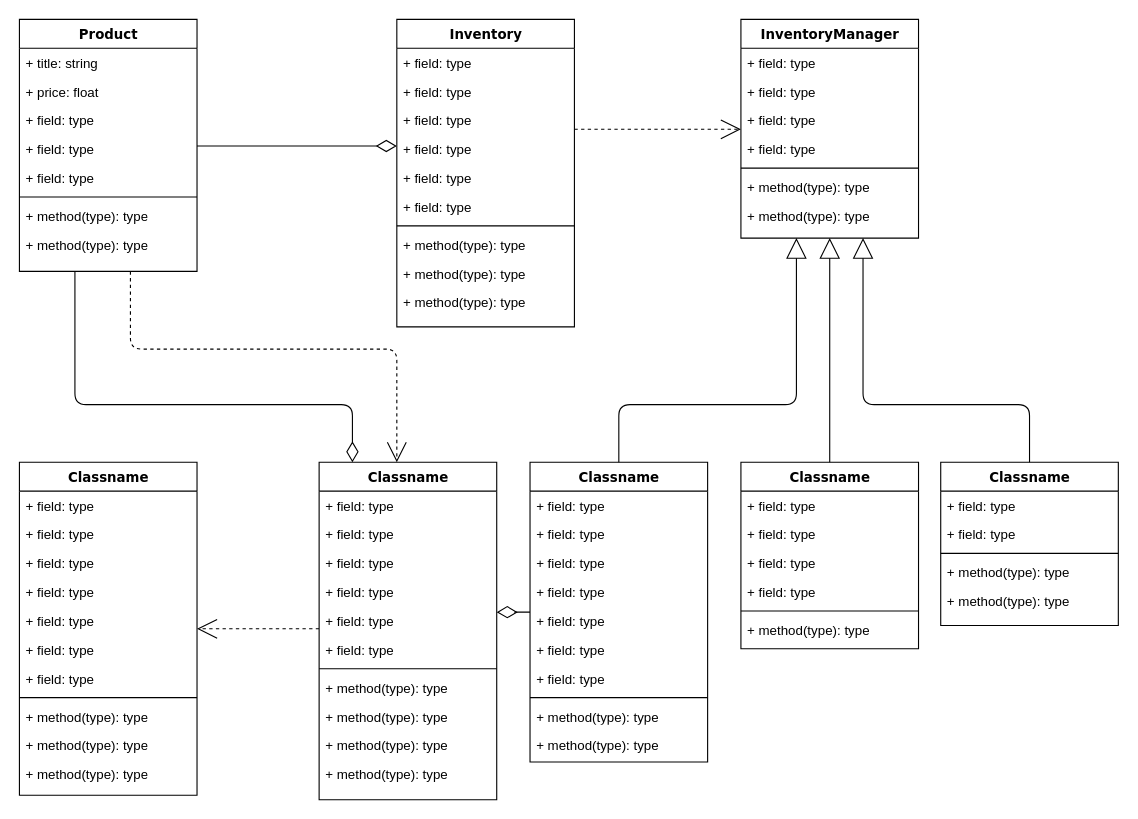
Earlier version of the draw.io diagram Task2-2.drawio (19172801/Data-assignment2). Source tidied: cells renumbered, new cells numbered last; positions are measured from the earlier drawing's top-left corner, leaving out a move shared by most shapes. Both pictures are drawn from the tidied source at 111%, with x=0, y=0 at pixel (19, 19).
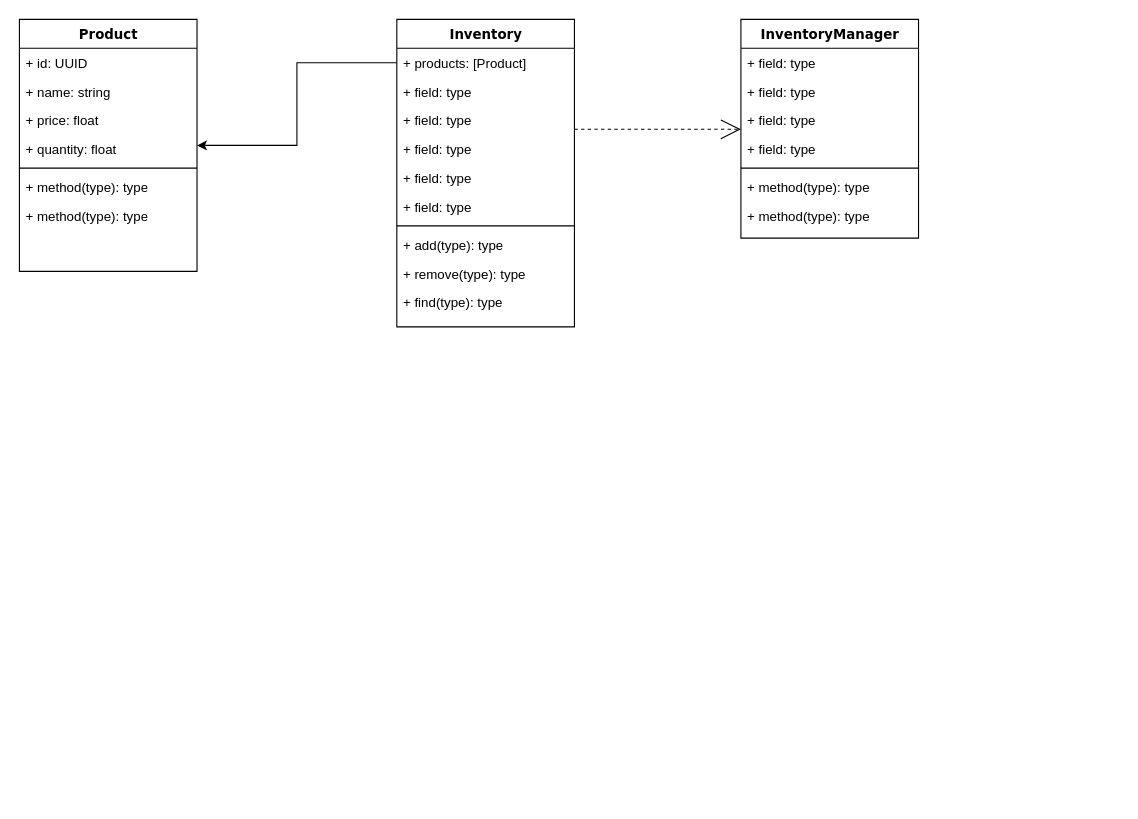
After the change.

Unchanged cells that the change refers to:
```xml
<mxCell id="4" value="Product" style="swimlane;html=1;fontStyle=1;align=center;verticalAlign=top;horizontal=1;startSize=26;swimlaneFillColor=#ffffff;rounded=0;shadow=0;comic=0;labelBackgroundColor=none;strokeWidth=1;fillColor=none;fontFamily=Verdana;fontSize=12;" parent="1" vertex="1">
  <mxGeometry width="160" height="227" as="geometry" />
</mxCell>
<mxCell id="14" value="Inventory" style="swimlane;html=1;fontStyle=1;align=center;verticalAlign=top;horizontal=1;startSize=26;swimlaneFillColor=#ffffff;rounded=0;shadow=0;comic=0;labelBackgroundColor=none;strokeWidth=1;fillColor=none;fontFamily=Verdana;fontSize=12;" parent="1" vertex="1">
  <mxGeometry x="340" width="160" height="277" as="geometry" />
</mxCell>
<mxCell id="25" value="InventoryManager" style="swimlane;html=1;fontStyle=1;align=center;verticalAlign=top;horizontal=1;startSize=26;swimlaneFillColor=#ffffff;rounded=0;shadow=0;comic=0;labelBackgroundColor=none;strokeWidth=1;fillColor=none;fontFamily=Verdana;fontSize=12;" parent="1" vertex="1">
  <mxGeometry x="650" width="160" height="197" as="geometry" />
</mxCell>
```

Diff of the diagram source:
```diff
@@
-    <mxCell id="2" style="edgeStyle=orthogonalEdgeStyle;html=1;labelBackgroundColor=none;startFill=0;startSize=8;endArrow=open;endFill=0;endSize=16;fontFamily=Verdana;fontSize=12;dashed=1;" parent="1" edge="1" source="4" target="47">
-      <mxGeometry relative="1" as="geometry">
-        <Array as="points">
-          <mxPoint x="100" y="297" />
-          <mxPoint x="340" y="297" />
-        </Array>
-      </mxGeometry>
-    </mxCell>
-    <mxCell id="3" style="edgeStyle=orthogonalEdgeStyle;html=1;labelBackgroundColor=none;startFill=0;startSize=8;endArrow=diamondThin;endFill=0;endSize=16;fontFamily=Verdana;fontSize=12;" parent="1" edge="1" source="4" target="47">
-      <mxGeometry relative="1" as="geometry">
-        <Array as="points">
-          <mxPoint x="50" y="347" />
-          <mxPoint x="300" y="347" />
-        </Array>
-      </mxGeometry>
-    </mxCell>
@@
-    <mxCell id="5" value="+ title: string" style="text;html=1;strokeColor=none;fillColor=none;align=left;verticalAlign=top;spacingLeft=4;spacingRight=4;whiteSpace=wrap;overflow=hidden;" parent="4" vertex="1">
+    <mxCell id="5" value="+ id: UUID" style="text;html=1;strokeColor=none;fillColor=none;align=left;verticalAlign=top;spacingLeft=4;spacingRight=4;whiteSpace=wrap;overflow=hidden;" parent="4" vertex="1">
       <mxGeometry y="26" width="160" height="26" as="geometry" />
     </mxCell>
-    <mxCell id="6" value="+ price: float" style="text;html=1;strokeColor=none;fillColor=none;align=left;verticalAlign=top;spacingLeft=4;spacingRight=4;whiteSpace=wrap;overflow=hidden;" parent="4" vertex="1">
+    <mxCell id="6" value="+ name: string" style="text;html=1;strokeColor=none;fillColor=none;align=left;verticalAlign=top;spacingLeft=4;spacingRight=4;whiteSpace=wrap;overflow=hidden;" parent="4" vertex="1">
       <mxGeometry y="52" width="160" height="26" as="geometry" />
     </mxCell>
-    <mxCell id="7" value="+ field: type" style="text;html=1;strokeColor=none;fillColor=none;align=left;verticalAlign=top;spacingLeft=4;spacingRight=4;whiteSpace=wrap;overflow=hidden;" parent="4" vertex="1">
+    <mxCell id="7" value="+&amp;nbsp;price: float" style="text;html=1;strokeColor=none;fillColor=none;align=left;verticalAlign=top;spacingLeft=4;spacingRight=4;whiteSpace=wrap;overflow=hidden;" parent="4" vertex="1">
       <mxGeometry y="78" width="160" height="26" as="geometry" />
     </mxCell>
-    <mxCell id="8" value="+ field: type" style="text;html=1;strokeColor=none;fillColor=none;align=left;verticalAlign=top;spacingLeft=4;spacingRight=4;whiteSpace=wrap;overflow=hidden;" parent="4" vertex="1">
+    <mxCell id="8" value="+&amp;nbsp;quantity: float" style="text;html=1;strokeColor=none;fillColor=none;align=left;verticalAlign=top;spacingLeft=4;spacingRight=4;whiteSpace=wrap;overflow=hidden;" parent="4" vertex="1">
       <mxGeometry y="104" width="160" height="26" as="geometry" />
     </mxCell>
-    <mxCell id="9" value="+ field: type" style="text;html=1;strokeColor=none;fillColor=none;align=left;verticalAlign=top;spacingLeft=4;spacingRight=4;whiteSpace=wrap;overflow=hidden;" parent="4" vertex="1">
-      <mxGeometry y="130" width="160" height="26" as="geometry" />
-    </mxCell>
     <mxCell id="10" style="line;html=1;strokeWidth=1;fillColor=none;align=left;verticalAlign=middle;spacingTop=-1;spacingLeft=3;spacingRight=3;labelPosition=right;" parent="4" vertex="1">
-      <mxGeometry y="156" width="160" height="8" as="geometry" />
+      <mxGeometry y="130" width="160" height="8" as="geometry" />
     </mxCell>
     <mxCell id="11" value="+ method(type): type" style="text;html=1;strokeColor=none;fillColor=none;align=left;verticalAlign=top;spacingLeft=4;spacingRight=4;whiteSpace=wrap;overflow=hidden;" parent="4" vertex="1">
-      <mxGeometry y="164" width="160" height="26" as="geometry" />
+      <mxGeometry y="138" width="160" height="26" as="geometry" />
     </mxCell>
     <mxCell id="12" value="+ method(type): type" style="text;html=1;strokeColor=none;fillColor=none;align=left;verticalAlign=top;spacingLeft=4;spacingRight=4;whiteSpace=wrap;overflow=hidden;" parent="4" vertex="1">
-      <mxGeometry y="190" width="160" height="26" as="geometry" />
+      <mxGeometry y="164" width="160" height="26" as="geometry" />
     </mxCell>
@@
-    <mxCell id="15" value="+ field: type" style="text;html=1;strokeColor=none;fillColor=none;align=left;verticalAlign=top;spacingLeft=4;spacingRight=4;whiteSpace=wrap;overflow=hidden;points=[[0,0.5],[1,0.5]];portConstraint=eastwest;" parent="14" vertex="1">
+    <mxCell id="15" value="+ products: [Product]" style="text;html=1;strokeColor=none;fillColor=none;align=left;verticalAlign=top;spacingLeft=4;spacingRight=4;whiteSpace=wrap;overflow=hidden;points=[[0,0.5],[1,0.5]];portConstraint=eastwest;" parent="14" vertex="1">
       <mxGeometry y="26" width="160" height="26" as="geometry" />
     </mxCell>
@@
-    <mxCell id="22" value="+ method(type): type" style="text;html=1;strokeColor=none;fillColor=none;align=left;verticalAlign=top;spacingLeft=4;spacingRight=4;whiteSpace=wrap;overflow=hidden;" parent="14" vertex="1">
+    <mxCell id="22" value="+&amp;nbsp;add(type): type" style="text;html=1;strokeColor=none;fillColor=none;align=left;verticalAlign=top;spacingLeft=4;spacingRight=4;whiteSpace=wrap;overflow=hidden;" parent="14" vertex="1">
       <mxGeometry y="190" width="160" height="26" as="geometry" />
     </mxCell>
-    <mxCell id="23" value="+ method(type): type" style="text;html=1;strokeColor=none;fillColor=none;align=left;verticalAlign=top;spacingLeft=4;spacingRight=4;whiteSpace=wrap;overflow=hidden;" parent="14" vertex="1">
+    <mxCell id="23" value="+&amp;nbsp;remove(type): type" style="text;html=1;strokeColor=none;fillColor=none;align=left;verticalAlign=top;spacingLeft=4;spacingRight=4;whiteSpace=wrap;overflow=hidden;" parent="14" vertex="1">
       <mxGeometry y="216" width="160" height="26" as="geometry" />
     </mxCell>
-    <mxCell id="24" value="+ method(type): type" style="text;html=1;strokeColor=none;fillColor=none;align=left;verticalAlign=top;spacingLeft=4;spacingRight=4;whiteSpace=wrap;overflow=hidden;" parent="14" vertex="1">
+    <mxCell id="24" value="+&amp;nbsp;find(type): type" style="text;html=1;strokeColor=none;fillColor=none;align=left;verticalAlign=top;spacingLeft=4;spacingRight=4;whiteSpace=wrap;overflow=hidden;" parent="14" vertex="1">
       <mxGeometry y="242" width="160" height="26" as="geometry" />
     </mxCell>
@@
-    <mxCell id="33" style="edgeStyle=elbowEdgeStyle;html=1;labelBackgroundColor=none;startFill=0;startSize=8;endArrow=open;endFill=0;endSize=16;fontFamily=Verdana;fontSize=12;elbow=vertical;dashed=1;" parent="1" edge="1" source="47" target="34">
-      <mxGeometry relative="1" as="geometry" />
-    </mxCell>
-    <mxCell id="34" value="Classname" style="swimlane;html=1;fontStyle=1;align=center;verticalAlign=top;horizontal=1;startSize=26;swimlaneFillColor=#ffffff;rounded=0;shadow=0;comic=0;labelBackgroundColor=none;strokeWidth=1;fillColor=none;fontFamily=Verdana;fontSize=12;" parent="1" vertex="1">
-      <mxGeometry y="399" width="160" height="300" as="geometry" />
-    </mxCell>
-    <mxCell id="35" value="+ field: type" style="text;html=1;strokeColor=none;fillColor=none;align=left;verticalAlign=top;spacingLeft=4;spacingRight=4;whiteSpace=wrap;overflow=hidden;" parent="34" vertex="1">
-      <mxGeometry y="26" width="160" height="26" as="geometry" />
-    </mxCell>
-    <mxCell id="36" value="+ field: type" style="text;html=1;strokeColor=none;fillColor=none;align=left;verticalAlign=top;spacingLeft=4;spacingRight=4;whiteSpace=wrap;overflow=hidden;" parent="34" vertex="1">
-      <mxGeometry y="52" width="160" height="26" as="geometry" />
-    </mxCell>
-    <mxCell id="37" value="+ field: type" style="text;html=1;strokeColor=none;fillColor=none;align=left;verticalAlign=top;spacingLeft=4;spacingRight=4;whiteSpace=wrap;overflow=hidden;" parent="34" vertex="1">
-      <mxGeometry y="78" width="160" height="26" as="geometry" />
-    </mxCell>
-    <mxCell id="38" value="+ field: type" style="text;html=1;strokeColor=none;fillColor=none;align=left;verticalAlign=top;spacingLeft=4;spacingRight=4;whiteSpace=wrap;overflow=hidden;" parent="34" vertex="1">
-      <mxGeometry y="104" width="160" height="26" as="geometry" />
-    </mxCell>
-    <mxCell id="39" value="+ field: type" style="text;html=1;strokeColor=none;fillColor=none;align=left;verticalAlign=top;spacingLeft=4;spacingRight=4;whiteSpace=wrap;overflow=hidden;" parent="34" vertex="1">
-      <mxGeometry y="130" width="160" height="26" as="geometry" />
-    </mxCell>
-    <mxCell id="40" value="+ field: type" style="text;html=1;strokeColor=none;fillColor=none;align=left;verticalAlign=top;spacingLeft=4;spacingRight=4;whiteSpace=wrap;overflow=hidden;" parent="34" vertex="1">
-      <mxGeometry y="156" width="160" height="26" as="geometry" />
-    </mxCell>
-    <mxCell id="41" value="+ field: type" style="text;html=1;strokeColor=none;fillColor=none;align=left;verticalAlign=top;spacingLeft=4;spacingRight=4;whiteSpace=wrap;overflow=hidden;" parent="34" vertex="1">
-      <mxGeometry y="182" width="160" height="26" as="geometry" />
-    </mxCell>
-    <mxCell id="42" style="line;html=1;strokeWidth=1;fillColor=none;align=left;verticalAlign=middle;spacingTop=-1;spacingLeft=3;spacingRight=3;labelPosition=right;" parent="34" vertex="1">
-      <mxGeometry y="208" width="160" height="8" as="geometry" />
-    </mxCell>
-    <mxCell id="43" value="+ method(type): type" style="text;html=1;strokeColor=none;fillColor=none;align=left;verticalAlign=top;spacingLeft=4;spacingRight=4;whiteSpace=wrap;overflow=hidden;" parent="34" vertex="1">
-      <mxGeometry y="216" width="160" height="26" as="geometry" />
-    </mxCell>
-    <mxCell id="44" value="+ method(type): type" style="text;html=1;strokeColor=none;fillColor=none;align=left;verticalAlign=top;spacingLeft=4;spacingRight=4;whiteSpace=wrap;overflow=hidden;" parent="34" vertex="1">
-      <mxGeometry y="242" width="160" height="26" as="geometry" />
-    </mxCell>
-    <mxCell id="45" value="+ method(type): type" style="text;html=1;strokeColor=none;fillColor=none;align=left;verticalAlign=top;spacingLeft=4;spacingRight=4;whiteSpace=wrap;overflow=hidden;" parent="34" vertex="1">
-      <mxGeometry y="268" width="160" height="26" as="geometry" />
-    </mxCell>
-    <mxCell id="46" style="edgeStyle=elbowEdgeStyle;html=1;labelBackgroundColor=none;startFill=0;startSize=8;endArrow=diamondThin;endFill=0;endSize=16;fontFamily=Verdana;fontSize=12;elbow=vertical;" parent="1" edge="1" source="60" target="47">
-      <mxGeometry relative="1" as="geometry" />
-    </mxCell>
-    <mxCell id="47" value="Classname" style="swimlane;html=1;fontStyle=1;align=center;verticalAlign=top;horizontal=1;startSize=26;swimlaneFillColor=#ffffff;rounded=0;shadow=0;comic=0;labelBackgroundColor=none;strokeWidth=1;fillColor=none;fontFamily=Verdana;fontSize=12;" parent="1" vertex="1">
-      <mxGeometry x="270" y="399" width="160" height="304" as="geometry" />
-    </mxCell>
-    <mxCell id="48" value="+ field: type" style="text;html=1;strokeColor=none;fillColor=none;align=left;verticalAlign=top;spacingLeft=4;spacingRight=4;whiteSpace=wrap;overflow=hidden;" parent="47" vertex="1">
-      <mxGeometry y="26" width="160" height="26" as="geometry" />
-    </mxCell>
-    <mxCell id="49" value="+ field: type" style="text;html=1;strokeColor=none;fillColor=none;align=left;verticalAlign=top;spacingLeft=4;spacingRight=4;whiteSpace=wrap;overflow=hidden;" parent="47" vertex="1">
-      <mxGeometry y="52" width="160" height="26" as="geometry" />
-    </mxCell>
-    <mxCell id="50" value="+ field: type" style="text;html=1;strokeColor=none;fillColor=none;align=left;verticalAlign=top;spacingLeft=4;spacingRight=4;whiteSpace=wrap;overflow=hidden;" parent="47" vertex="1">
-      <mxGeometry y="78" width="160" height="26" as="geometry" />
-    </mxCell>
-    <mxCell id="51" value="+ field: type" style="text;html=1;strokeColor=none;fillColor=none;align=left;verticalAlign=top;spacingLeft=4;spacingRight=4;whiteSpace=wrap;overflow=hidden;" parent="47" vertex="1">
-      <mxGeometry y="104" width="160" height="26" as="geometry" />
-    </mxCell>
-    <mxCell id="52" value="+ field: type" style="text;html=1;strokeColor=none;fillColor=none;align=left;verticalAlign=top;spacingLeft=4;spacingRight=4;whiteSpace=wrap;overflow=hidden;" parent="47" vertex="1">
-      <mxGeometry y="130" width="160" height="26" as="geometry" />
-    </mxCell>
-    <mxCell id="53" value="+ field: type" style="text;html=1;strokeColor=none;fillColor=none;align=left;verticalAlign=top;spacingLeft=4;spacingRight=4;whiteSpace=wrap;overflow=hidden;" parent="47" vertex="1">
-      <mxGeometry y="156" width="160" height="26" as="geometry" />
-    </mxCell>
-    <mxCell id="54" style="line;html=1;strokeWidth=1;fillColor=none;align=left;verticalAlign=middle;spacingTop=-1;spacingLeft=3;spacingRight=3;labelPosition=right;" parent="47" vertex="1">
-      <mxGeometry y="182" width="160" height="8" as="geometry" />
-    </mxCell>
-    <mxCell id="55" value="+ method(type): type" style="text;html=1;strokeColor=none;fillColor=none;align=left;verticalAlign=top;spacingLeft=4;spacingRight=4;whiteSpace=wrap;overflow=hidden;" parent="47" vertex="1">
-      <mxGeometry y="190" width="160" height="26" as="geometry" />
-    </mxCell>
-    <mxCell id="56" value="+ method(type): type" style="text;html=1;strokeColor=none;fillColor=none;align=left;verticalAlign=top;spacingLeft=4;spacingRight=4;whiteSpace=wrap;overflow=hidden;" parent="47" vertex="1">
-      <mxGeometry y="216" width="160" height="26" as="geometry" />
-    </mxCell>
-    <mxCell id="57" value="+ method(type): type" style="text;html=1;strokeColor=none;fillColor=none;align=left;verticalAlign=top;spacingLeft=4;spacingRight=4;whiteSpace=wrap;overflow=hidden;" parent="47" vertex="1">
-      <mxGeometry y="242" width="160" height="26" as="geometry" />
-    </mxCell>
-    <mxCell id="58" value="+ method(type): type" style="text;html=1;strokeColor=none;fillColor=none;align=left;verticalAlign=top;spacingLeft=4;spacingRight=4;whiteSpace=wrap;overflow=hidden;" parent="47" vertex="1">
-      <mxGeometry y="268" width="160" height="26" as="geometry" />
-    </mxCell>
-    <mxCell id="59" style="edgeStyle=orthogonalEdgeStyle;html=1;labelBackgroundColor=none;startFill=0;startSize=8;endArrow=block;endFill=0;endSize=16;fontFamily=Verdana;fontSize=12;" parent="1" edge="1" source="60" target="25">
-      <mxGeometry relative="1" as="geometry">
-        <Array as="points">
-          <mxPoint x="540" y="347" />
-          <mxPoint x="700" y="347" />
-        </Array>
-      </mxGeometry>
-    </mxCell>
-    <mxCell id="60" value="Classname" style="swimlane;html=1;fontStyle=1;align=center;verticalAlign=top;horizontal=1;startSize=26;swimlaneFillColor=#ffffff;rounded=0;shadow=0;comic=0;labelBackgroundColor=none;strokeWidth=1;fillColor=none;fontFamily=Verdana;fontSize=12;" parent="1" vertex="1">
-      <mxGeometry x="460" y="399" width="160" height="270" as="geometry" />
-    </mxCell>
-    <mxCell id="61" value="+ field: type" style="text;html=1;strokeColor=none;fillColor=none;align=left;verticalAlign=top;spacingLeft=4;spacingRight=4;whiteSpace=wrap;overflow=hidden;" parent="60" vertex="1">
-      <mxGeometry y="26" width="160" height="26" as="geometry" />
-    </mxCell>
-    <mxCell id="62" value="+ field: type" style="text;html=1;strokeColor=none;fillColor=none;align=left;verticalAlign=top;spacingLeft=4;spacingRight=4;whiteSpace=wrap;overflow=hidden;" parent="60" vertex="1">
-      <mxGeometry y="52" width="160" height="26" as="geometry" />
-    </mxCell>
-    <mxCell id="63" value="+ field: type" style="text;html=1;strokeColor=none;fillColor=none;align=left;verticalAlign=top;spacingLeft=4;spacingRight=4;whiteSpace=wrap;overflow=hidden;" parent="60" vertex="1">
-      <mxGeometry y="78" width="160" height="26" as="geometry" />
-    </mxCell>
-    <mxCell id="64" value="+ field: type" style="text;html=1;strokeColor=none;fillColor=none;align=left;verticalAlign=top;spacingLeft=4;spacingRight=4;whiteSpace=wrap;overflow=hidden;" parent="60" vertex="1">
-      <mxGeometry y="104" width="160" height="26" as="geometry" />
-    </mxCell>
-    <mxCell id="65" value="+ field: type" style="text;html=1;strokeColor=none;fillColor=none;align=left;verticalAlign=top;spacingLeft=4;spacingRight=4;whiteSpace=wrap;overflow=hidden;" parent="60" vertex="1">
-      <mxGeometry y="130" width="160" height="26" as="geometry" />
-    </mxCell>
-    <mxCell id="66" value="+ field: type" style="text;html=1;strokeColor=none;fillColor=none;align=left;verticalAlign=top;spacingLeft=4;spacingRight=4;whiteSpace=wrap;overflow=hidden;" parent="60" vertex="1">
-      <mxGeometry y="156" width="160" height="26" as="geometry" />
-    </mxCell>
-    <mxCell id="67" value="+ field: type" style="text;html=1;strokeColor=none;fillColor=none;align=left;verticalAlign=top;spacingLeft=4;spacingRight=4;whiteSpace=wrap;overflow=hidden;" parent="60" vertex="1">
-      <mxGeometry y="182" width="160" height="26" as="geometry" />
-    </mxCell>
-    <mxCell id="68" style="line;html=1;strokeWidth=1;fillColor=none;align=left;verticalAlign=middle;spacingTop=-1;spacingLeft=3;spacingRight=3;labelPosition=right;" parent="60" vertex="1">
-      <mxGeometry y="208" width="160" height="8" as="geometry" />
-    </mxCell>
-    <mxCell id="69" value="+ method(type): type" style="text;html=1;strokeColor=none;fillColor=none;align=left;verticalAlign=top;spacingLeft=4;spacingRight=4;whiteSpace=wrap;overflow=hidden;" parent="60" vertex="1">
-      <mxGeometry y="216" width="160" height="26" as="geometry" />
-    </mxCell>
-    <mxCell id="70" value="+ method(type): type" style="text;html=1;strokeColor=none;fillColor=none;align=left;verticalAlign=top;spacingLeft=4;spacingRight=4;whiteSpace=wrap;overflow=hidden;" parent="60" vertex="1">
-      <mxGeometry y="242" width="160" height="26" as="geometry" />
-    </mxCell>
-    <mxCell id="71" style="edgeStyle=orthogonalEdgeStyle;html=1;labelBackgroundColor=none;startFill=0;startSize=8;endArrow=block;endFill=0;endSize=16;fontFamily=Verdana;fontSize=12;" parent="1" edge="1" source="72" target="25">
-      <mxGeometry relative="1" as="geometry" />
-    </mxCell>
-    <mxCell id="72" value="Classname" style="swimlane;html=1;fontStyle=1;align=center;verticalAlign=top;horizontal=1;startSize=26;swimlaneFillColor=#ffffff;rounded=0;shadow=0;comic=0;labelBackgroundColor=none;strokeWidth=1;fillColor=none;fontFamily=Verdana;fontSize=12;" parent="1" vertex="1">
-      <mxGeometry x="650" y="399" width="160" height="168" as="geometry" />
-    </mxCell>
-    <mxCell id="73" value="+ field: type" style="text;html=1;strokeColor=none;fillColor=none;align=left;verticalAlign=top;spacingLeft=4;spacingRight=4;whiteSpace=wrap;overflow=hidden;" parent="72" vertex="1">
-      <mxGeometry y="26" width="160" height="26" as="geometry" />
-    </mxCell>
-    <mxCell id="74" value="+ field: type" style="text;html=1;strokeColor=none;fillColor=none;align=left;verticalAlign=top;spacingLeft=4;spacingRight=4;whiteSpace=wrap;overflow=hidden;" parent="72" vertex="1">
-      <mxGeometry y="52" width="160" height="26" as="geometry" />
-    </mxCell>
-    <mxCell id="75" value="+ field: type" style="text;html=1;strokeColor=none;fillColor=none;align=left;verticalAlign=top;spacingLeft=4;spacingRight=4;whiteSpace=wrap;overflow=hidden;" parent="72" vertex="1">
-      <mxGeometry y="78" width="160" height="26" as="geometry" />
-    </mxCell>
-    <mxCell id="76" value="+ field: type" style="text;html=1;strokeColor=none;fillColor=none;align=left;verticalAlign=top;spacingLeft=4;spacingRight=4;whiteSpace=wrap;overflow=hidden;" parent="72" vertex="1">
-      <mxGeometry y="104" width="160" height="26" as="geometry" />
-    </mxCell>
-    <mxCell id="77" style="line;html=1;strokeWidth=1;fillColor=none;align=left;verticalAlign=middle;spacingTop=-1;spacingLeft=3;spacingRight=3;labelPosition=right;" parent="72" vertex="1">
-      <mxGeometry y="130" width="160" height="8" as="geometry" />
-    </mxCell>
-    <mxCell id="78" value="+ method(type): type" style="text;html=1;strokeColor=none;fillColor=none;align=left;verticalAlign=top;spacingLeft=4;spacingRight=4;whiteSpace=wrap;overflow=hidden;" parent="72" vertex="1">
-      <mxGeometry y="138" width="160" height="26" as="geometry" />
-    </mxCell>
-    <mxCell id="79" style="edgeStyle=orthogonalEdgeStyle;html=1;labelBackgroundColor=none;startFill=0;startSize=8;endArrow=block;endFill=0;endSize=16;fontFamily=Verdana;fontSize=12;" parent="1" edge="1" source="80" target="25">
-      <mxGeometry relative="1" as="geometry">
-        <Array as="points">
-          <mxPoint x="910" y="347" />
-          <mxPoint x="760" y="347" />
-        </Array>
-      </mxGeometry>
-    </mxCell>
-    <mxCell id="80" value="Classname" style="swimlane;html=1;fontStyle=1;align=center;verticalAlign=top;horizontal=1;startSize=26;swimlaneFillColor=#ffffff;rounded=0;shadow=0;comic=0;labelBackgroundColor=none;strokeWidth=1;fillColor=none;fontFamily=Verdana;fontSize=12;" parent="1" vertex="1">
-      <mxGeometry x="830" y="399" width="160" height="147" as="geometry" />
-    </mxCell>
-    <mxCell id="81" value="+ field: type" style="text;html=1;strokeColor=none;fillColor=none;align=left;verticalAlign=top;spacingLeft=4;spacingRight=4;whiteSpace=wrap;overflow=hidden;" parent="80" vertex="1">
-      <mxGeometry y="26" width="160" height="26" as="geometry" />
-    </mxCell>
-    <mxCell id="82" value="+ field: type" style="text;html=1;strokeColor=none;fillColor=none;align=left;verticalAlign=top;spacingLeft=4;spacingRight=4;whiteSpace=wrap;overflow=hidden;" parent="80" vertex="1">
-      <mxGeometry y="52" width="160" height="26" as="geometry" />
-    </mxCell>
-    <mxCell id="83" style="line;html=1;strokeWidth=1;fillColor=none;align=left;verticalAlign=middle;spacingTop=-1;spacingLeft=3;spacingRight=3;labelPosition=right;" parent="80" vertex="1">
-      <mxGeometry y="78" width="160" height="8" as="geometry" />
-    </mxCell>
-    <mxCell id="84" value="+ method(type): type" style="text;html=1;strokeColor=none;fillColor=none;align=left;verticalAlign=top;spacingLeft=4;spacingRight=4;whiteSpace=wrap;overflow=hidden;" parent="80" vertex="1">
-      <mxGeometry y="86" width="160" height="26" as="geometry" />
-    </mxCell>
-    <mxCell id="85" value="+ method(type): type" style="text;html=1;strokeColor=none;fillColor=none;align=left;verticalAlign=top;spacingLeft=4;spacingRight=4;whiteSpace=wrap;overflow=hidden;" parent="80" vertex="1">
-      <mxGeometry y="112" width="160" height="26" as="geometry" />
-    </mxCell>
-    <mxCell id="86" style="edgeStyle=elbowEdgeStyle;html=1;labelBackgroundColor=none;startFill=0;startSize=8;endArrow=diamondThin;endFill=0;endSize=16;fontFamily=Verdana;fontSize=12;elbow=vertical;" parent="1" edge="1" source="4" target="14">
-      <mxGeometry relative="1" as="geometry" />
-    </mxCell>
+    <mxCell id="87" style="edgeStyle=orthogonalEdgeStyle;rounded=0;jettySize=auto;html=1;" parent="1" edge="1" source="15" target="4">
+      <mxGeometry relative="1" as="geometry" />
+    </mxCell>
```
